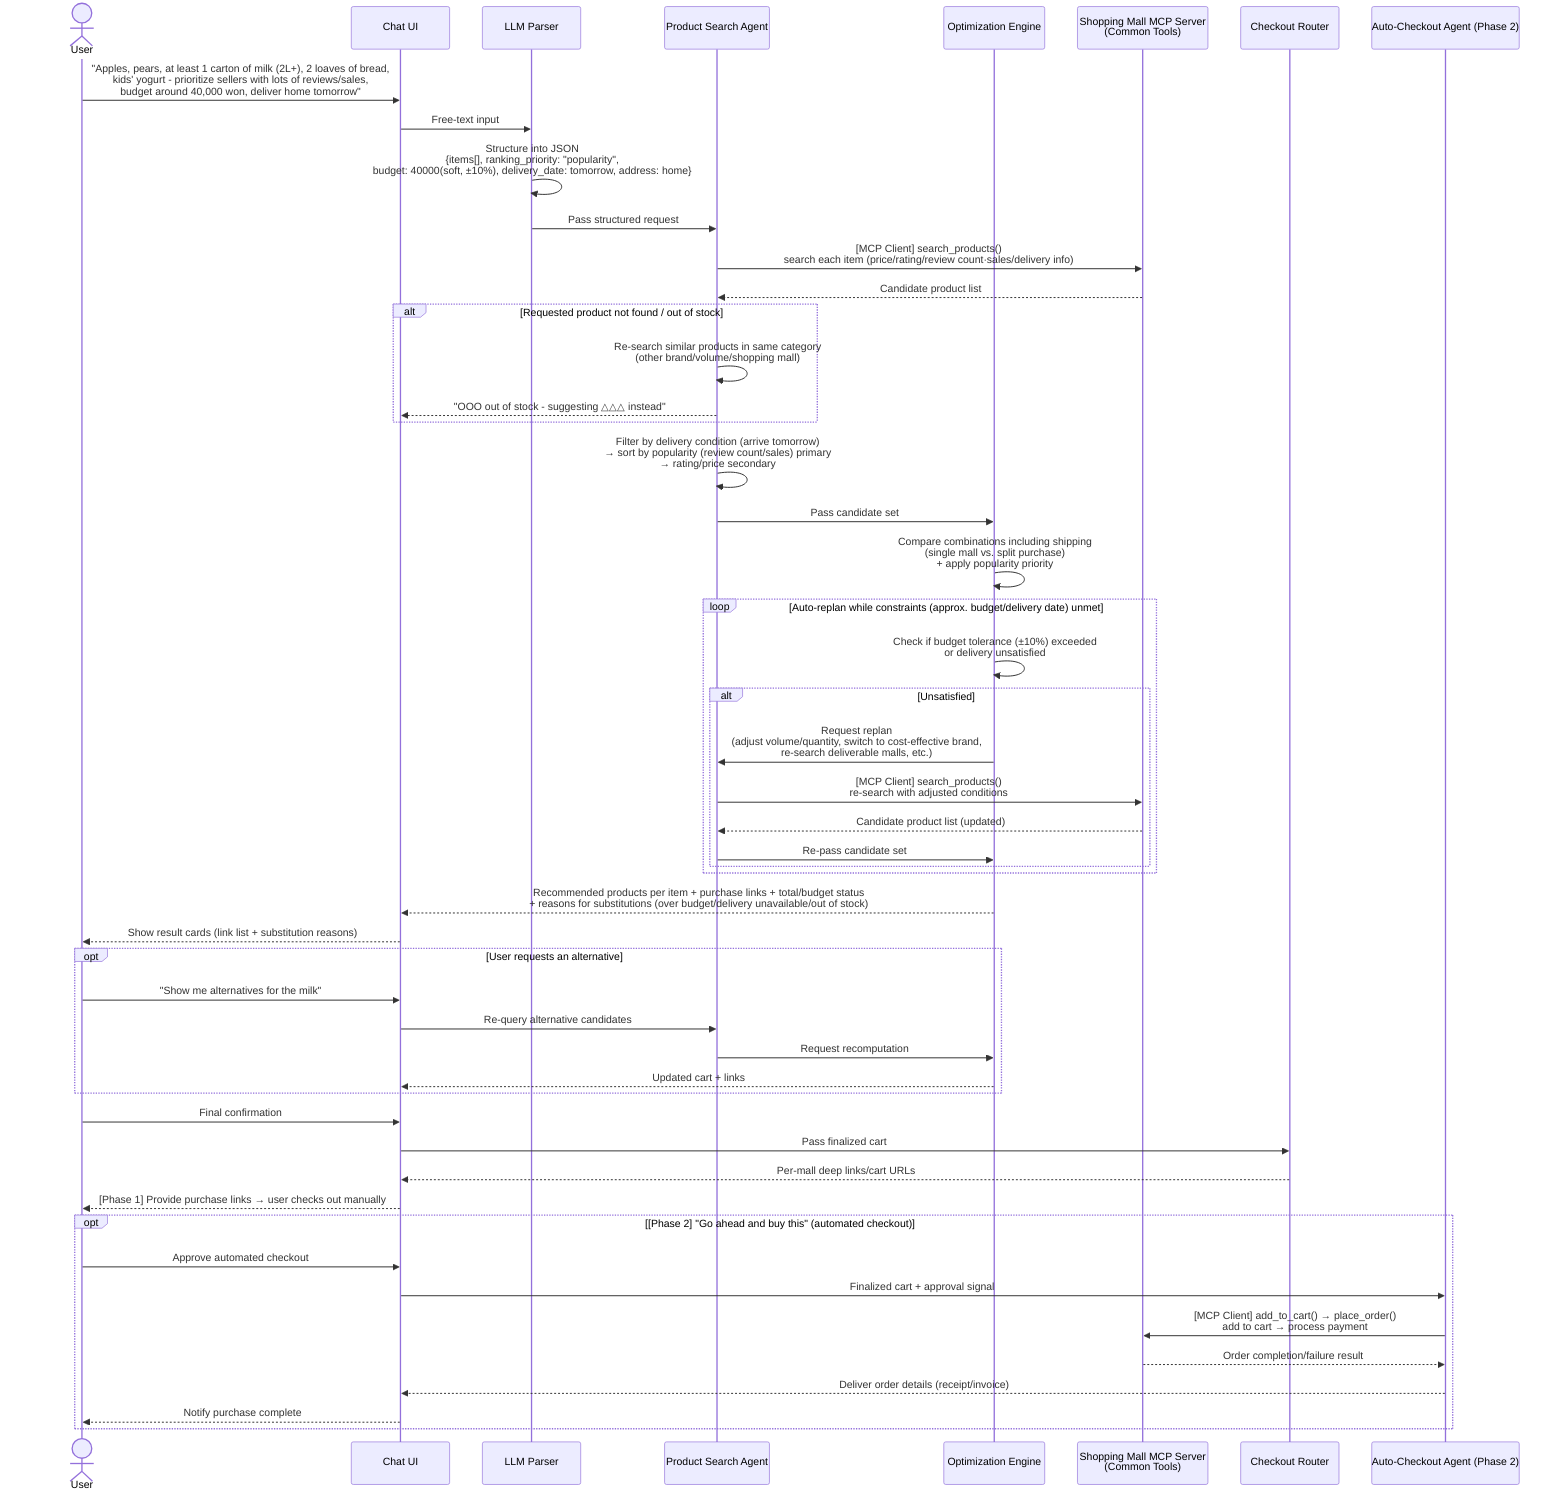
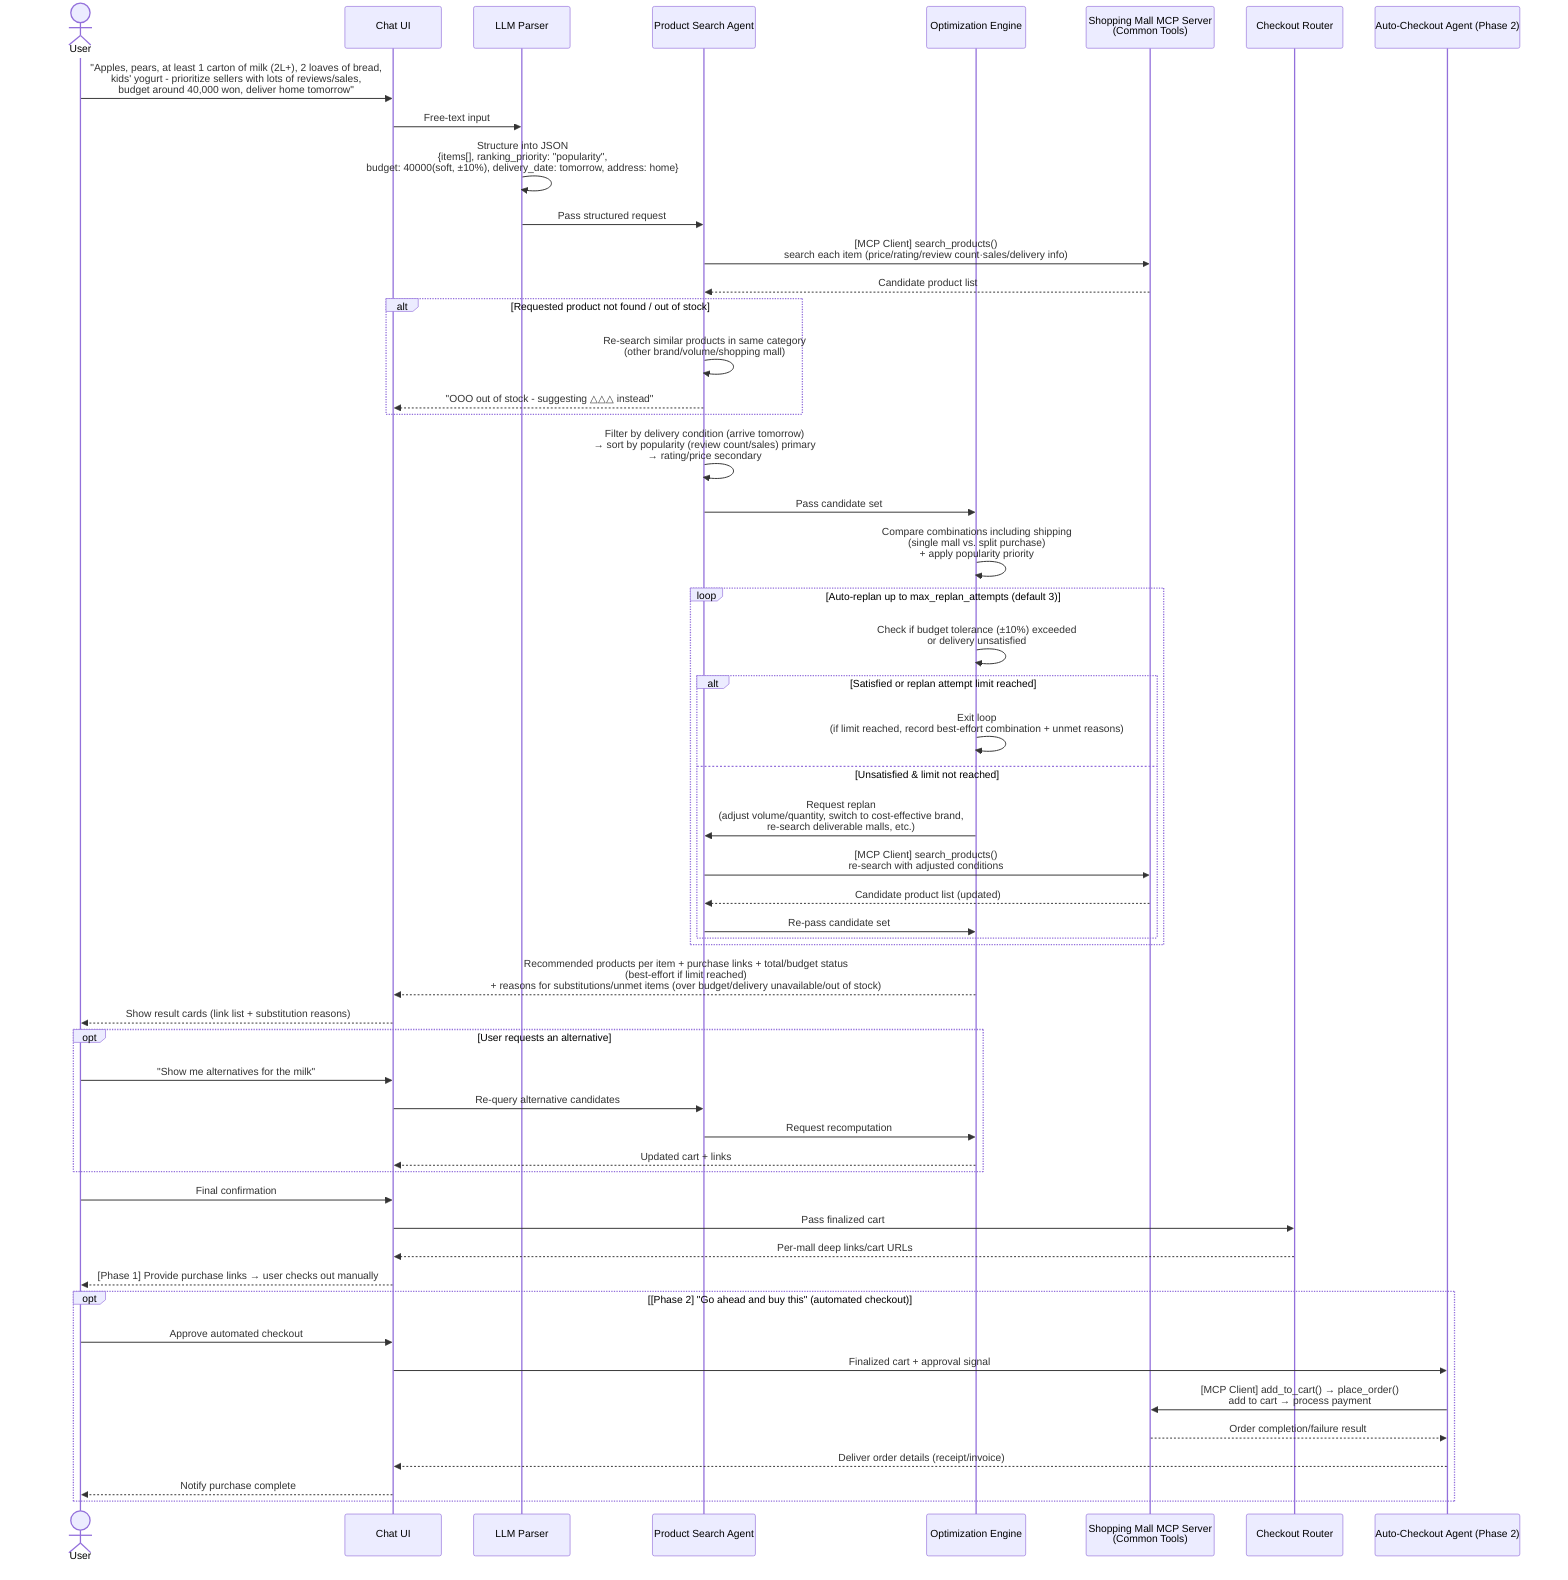
sequenceDiagram
    actor User
    participant UI as Chat UI
    participant Parser as LLM Parser
    participant Search as Product Search Agent
    participant Optimizer as Optimization Engine
    participant Mall as Shopping Mall MCP Server<br/>(Common Tools)
    participant Router as Checkout Router
    participant Purchase as Auto-Checkout Agent (Phase 2)

    User->>UI: "Apples, pears, at least 1 carton of milk (2L+), 2 loaves of bread,<br/>kids' yogurt - prioritize sellers with lots of reviews/sales,<br/>budget around 40,000 won, deliver home tomorrow"
    UI->>Parser: Free-text input
    Parser->>Parser: Structure into JSON<br/>{items[], ranking_priority: "popularity",<br/>budget: 40000(soft, ±10%), delivery_date: tomorrow, address: home}
    Parser->>Search: Pass structured request
    Search->>Mall: [MCP Client] search_products()<br/>search each item (price/rating/review count·sales/delivery info)
    Mall-->>Search: Candidate product list

    alt Requested product not found / out of stock
        Search->>Search: Re-search similar products in same category<br/>(other brand/volume/shopping mall)
        Search-->>UI: "OOO out of stock - suggesting △△△ instead"
    end

    Search->>Search: Filter by delivery condition (arrive tomorrow)<br/>→ sort by popularity (review count/sales) primary<br/>→ rating/price secondary
    Search->>Optimizer: Pass candidate set
    Optimizer->>Optimizer: Compare combinations including shipping<br/>(single mall vs. split purchase)<br/>+ apply popularity priority

-     loop Auto-replan while constraints (approx. budget/delivery date) unmet
+     loop Auto-replan up to max_replan_attempts (default 3)
        Optimizer->>Optimizer: Check if budget tolerance (±10%) exceeded<br/>or delivery unsatisfied
-         alt Unsatisfied
+         alt Satisfied or replan attempt limit reached
+             Optimizer->>Optimizer: Exit loop<br/>(if limit reached, record best-effort combination + unmet reasons)
+         else Unsatisfied & limit not reached
            Optimizer->>Search: Request replan<br/>(adjust volume/quantity, switch to cost-effective brand,<br/>re-search deliverable malls, etc.)
            Search->>Mall: [MCP Client] search_products()<br/>re-search with adjusted conditions
            Mall-->>Search: Candidate product list (updated)
            Search->>Optimizer: Re-pass candidate set
        end
    end

-     Optimizer-->>UI: Recommended products per item + purchase links + total/budget status<br/>+ reasons for substitutions (over budget/delivery unavailable/out of stock)
+     Optimizer-->>UI: Recommended products per item + purchase links + total/budget status<br/>(best-effort if limit reached)<br/>+ reasons for substitutions/unmet items (over budget/delivery unavailable/out of stock)
    UI-->>User: Show result cards (link list + substitution reasons)

    opt User requests an alternative
        User->>UI: "Show me alternatives for the milk"
        UI->>Search: Re-query alternative candidates
        Search->>Optimizer: Request recomputation
        Optimizer-->>UI: Updated cart + links
    end

    User->>UI: Final confirmation
    UI->>Router: Pass finalized cart
    Router-->>UI: Per-mall deep links/cart URLs
    UI-->>User: [Phase 1] Provide purchase links → user checks out manually

    opt [Phase 2] "Go ahead and buy this" (automated checkout)
        User->>UI: Approve automated checkout
        UI->>Purchase: Finalized cart + approval signal
        Purchase->>Mall: [MCP Client] add_to_cart() → place_order()<br/>add to cart → process payment
        Mall-->>Purchase: Order completion/failure result
        Purchase-->>UI: Deliver order details (receipt/invoice)
        UI-->>User: Notify purchase complete
    end
